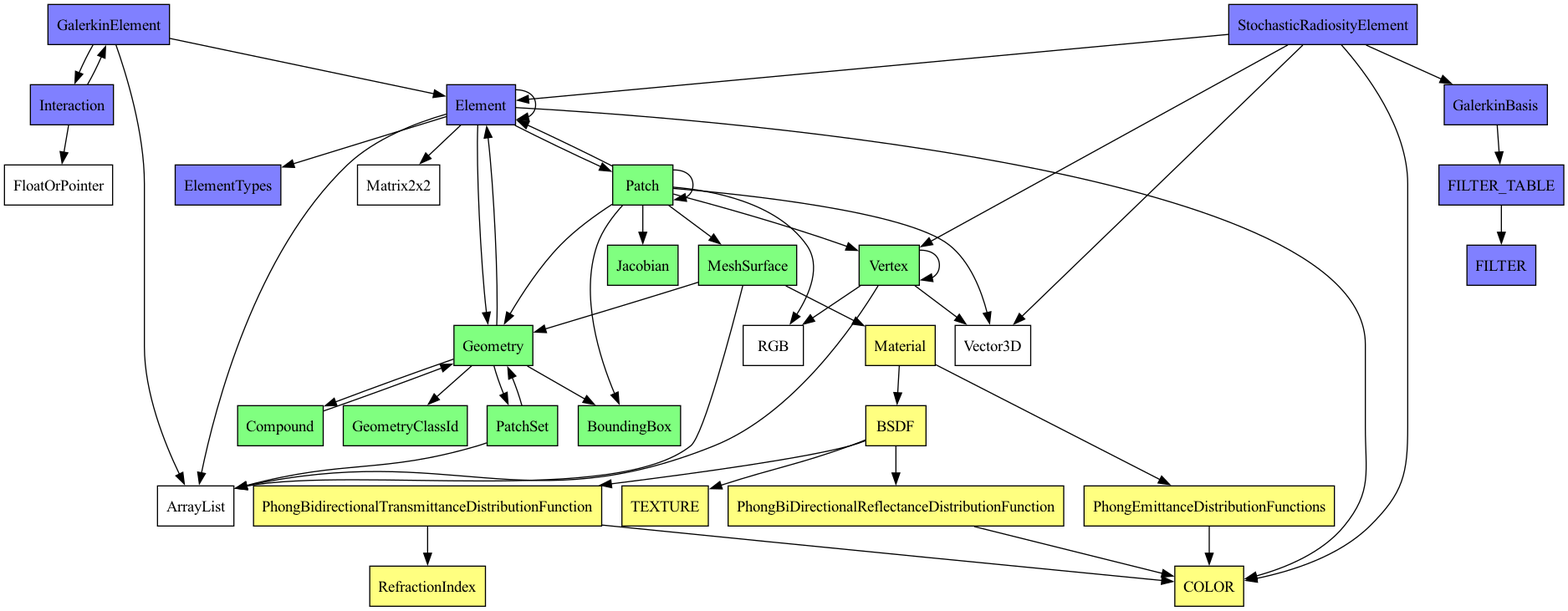
Earlier version of the Graphviz export doc/coreModelClasses.png (OscarChavarro/rpkCpp). Its source is kept beside it as doc/coreModelClasses.dot.
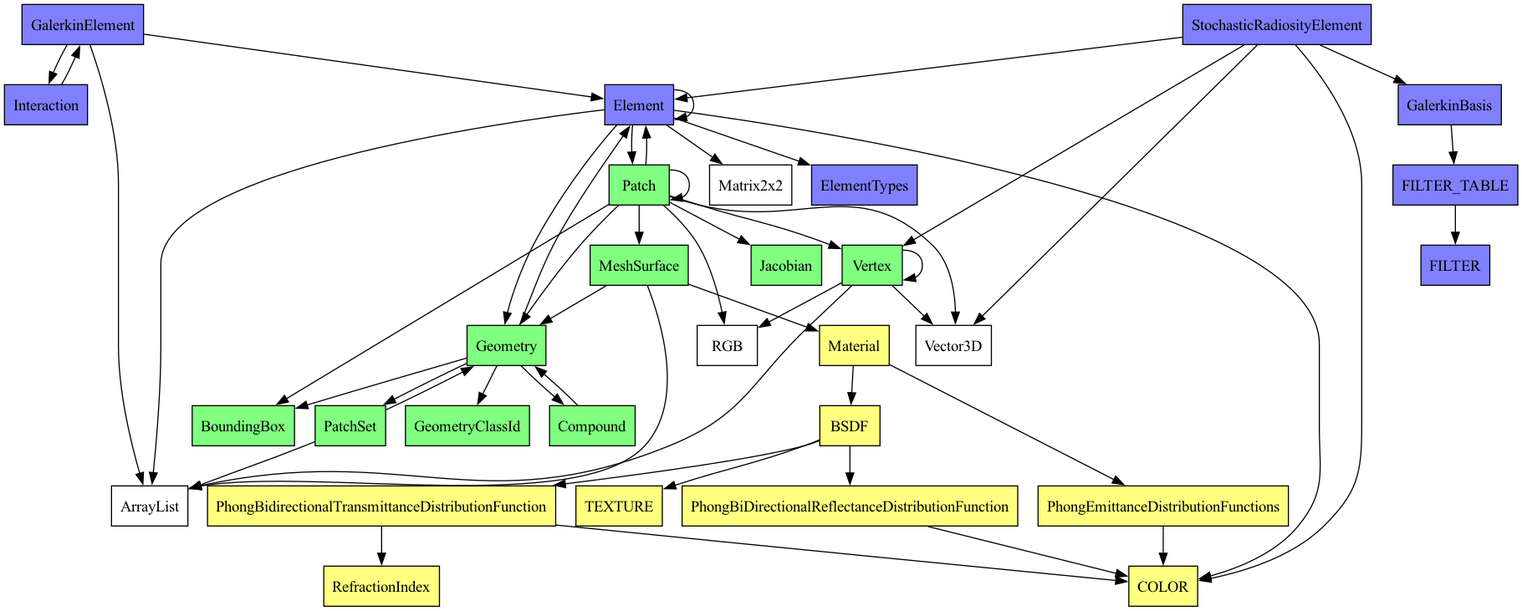
Later version of the same file.

Commit message:
Fundamental: Removing the usage of union structs

Diff of the diagram source:
```diff
@@ -12,7 +12,6 @@
     Vector3D [shape=box];
     Matrix2x2 [shape=box];
     RGB [shape=box];
-    FloatOrPointer [shape=box];
 
     Patch [shape=box, style=filled, fillcolor="#80ff80"];
     Geometry [shape=box, style=filled, fillcolor="#80ff80"];
@@ -47,7 +46,6 @@
     Element -> Matrix2x2;
     Element -> ElementTypes;
     Interaction -> GalerkinElement;
-    Interaction -> FloatOrPointer;
     GalerkinElement -> Element;
     GalerkinElement -> ArrayList;
     GalerkinElement -> Interaction;
```
